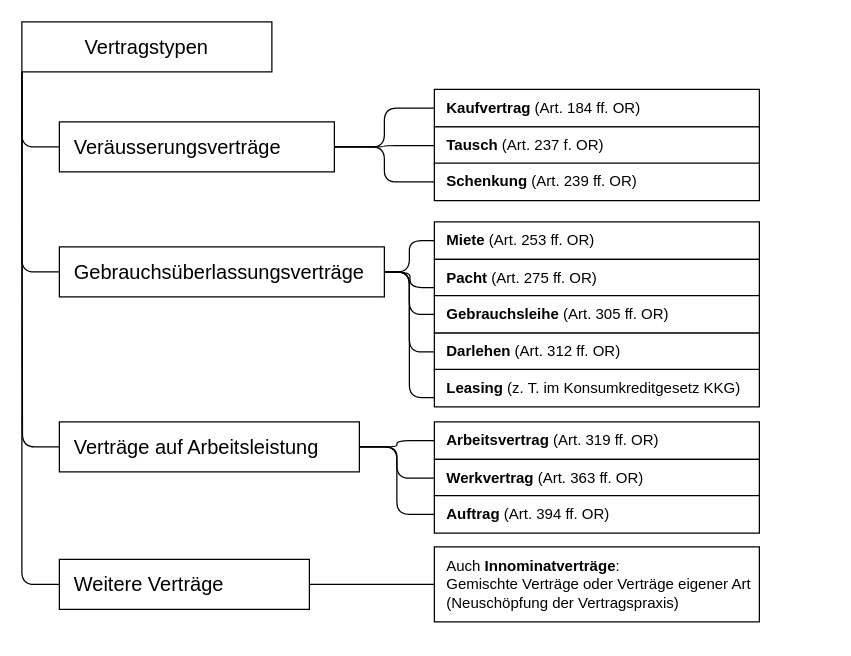
Before: BuRe2/diagrams/vertragstypen.drawio in grnin/Zusammenfassungen, a draw.io diagram. Source tidied: cells renumbered, new cells numbered last; positions are measured from the earlier drawing's top-left corner, leaving out a move shared by most shapes. Both pictures are drawn from the tidied source at 125%, with x=0, y=0 at pixel (21, 21).
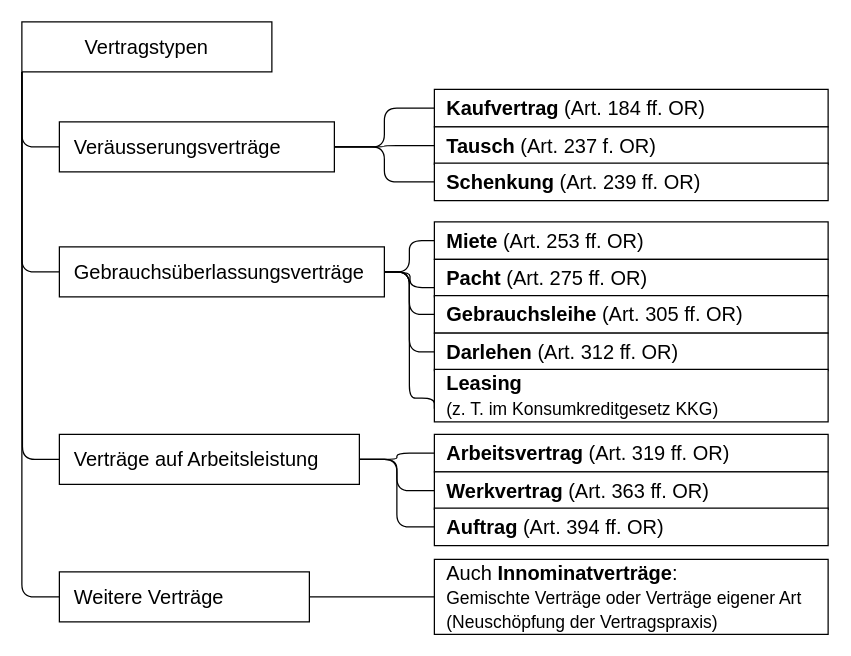
Above is the later version.

Commit message (it also covers changes not shown here):
✏️diagramm : Schrift vergrössert

The edit, as a diff of the source:
```diff
@@
     <mxCell id="2" style="group;" parent="1" vertex="1">
-      <mxGeometry width="590" height="480" as="geometry" />
+      <mxGeometry width="645" height="480" as="geometry" />
     </mxCell>
@@
     <mxCell id="13" value="Verträge auf Arbeitsleistung" style="rounded=0;whiteSpace=wrap;html=1;fontSize=16;align=left;spacingLeft=10;" parent="2" vertex="1">
-      <mxGeometry x="30" y="320" width="240" height="40" as="geometry" />
+      <mxGeometry x="30" y="330" width="240" height="40" as="geometry" />
     </mxCell>
@@
     <mxCell id="15" value="Weitere Verträge" style="rounded=0;whiteSpace=wrap;html=1;fontSize=16;align=left;spacingLeft=10;" parent="2" vertex="1">
-      <mxGeometry x="30" y="430" width="200" height="40" as="geometry" />
+      <mxGeometry x="30" y="440" width="200" height="40" as="geometry" />
     </mxCell>
-    <mxCell id="16" value="&lt;b&gt;Kaufvertrag &lt;/b&gt;(Art. 184 ff. OR)" style="rounded=0;whiteSpace=wrap;html=1;spacing=1;align=left;spacingLeft=9;" parent="2" vertex="1">
-      <mxGeometry x="330" y="54" width="260" height="30" as="geometry" />
+    <mxCell id="16" value="&lt;b&gt;Kaufvertrag &lt;/b&gt;(Art. 184 ff. OR)" style="rounded=0;whiteSpace=wrap;html=1;spacing=1;align=left;spacingLeft=9;fontSize=16;" parent="2" vertex="1">
+      <mxGeometry x="330" y="54" width="315" height="30" as="geometry" />
     </mxCell>
-    <mxCell id="17" value="&lt;b&gt;Tausch &lt;/b&gt;(Art. 237 f. OR)" style="rounded=0;whiteSpace=wrap;html=1;spacing=1;align=left;spacingLeft=9;" parent="2" vertex="1">
-      <mxGeometry x="330" y="84" width="260" height="30" as="geometry" />
+    <mxCell id="17" value="&lt;b&gt;Tausch &lt;/b&gt;(Art. 237 f. OR)" style="rounded=0;whiteSpace=wrap;html=1;spacing=1;align=left;spacingLeft=9;fontSize=16;" parent="2" vertex="1">
+      <mxGeometry x="330" y="84" width="315" height="30" as="geometry" />
     </mxCell>
-    <mxCell id="18" value="&lt;b&gt;Schenkung &lt;/b&gt;(Art. 239 ff. OR)" style="rounded=0;whiteSpace=wrap;html=1;spacing=1;align=left;spacingLeft=9;" parent="2" vertex="1">
-      <mxGeometry x="330" y="113" width="260" height="30" as="geometry" />
+    <mxCell id="18" value="&lt;b&gt;Schenkung &lt;/b&gt;(Art. 239 ff. OR)" style="rounded=0;whiteSpace=wrap;html=1;spacing=1;align=left;spacingLeft=9;fontSize=16;" parent="2" vertex="1">
+      <mxGeometry x="330" y="113" width="315" height="30" as="geometry" />
     </mxCell>
-    <mxCell id="19" value="&lt;b&gt;Miete &lt;/b&gt;(Art. 253 ff. OR)" style="rounded=0;whiteSpace=wrap;html=1;spacing=1;align=left;spacingLeft=9;" parent="2" vertex="1">
-      <mxGeometry x="330" y="160" width="260" height="30" as="geometry" />
+    <mxCell id="19" value="&lt;b&gt;Miete &lt;/b&gt;(Art. 253 ff. OR)" style="rounded=0;whiteSpace=wrap;html=1;spacing=1;align=left;spacingLeft=9;fontSize=16;" parent="2" vertex="1">
+      <mxGeometry x="330" y="160" width="315" height="30" as="geometry" />
     </mxCell>
@@
-    <mxCell id="21" value="&lt;b&gt;Pacht &lt;/b&gt;(Art. 275 ff. OR)" style="rounded=0;whiteSpace=wrap;html=1;spacing=1;align=left;spacingLeft=9;" parent="2" vertex="1">
-      <mxGeometry x="330" y="190" width="260" height="30" as="geometry" />
+    <mxCell id="21" value="&lt;b&gt;Pacht &lt;/b&gt;(Art. 275 ff. OR)" style="rounded=0;whiteSpace=wrap;html=1;spacing=1;align=left;spacingLeft=9;fontSize=16;" parent="2" vertex="1">
+      <mxGeometry x="330" y="190" width="315" height="30" as="geometry" />
     </mxCell>
@@
-    <mxCell id="23" value="&lt;b&gt;Gebrauchsleihe &lt;/b&gt;(Art. 305 ff. OR)" style="rounded=0;whiteSpace=wrap;html=1;spacing=1;align=left;spacingLeft=9;" parent="2" vertex="1">
-      <mxGeometry x="330" y="219" width="260" height="30" as="geometry" />
+    <mxCell id="23" value="&lt;b&gt;Gebrauchsleihe &lt;/b&gt;(Art. 305 ff. OR)" style="rounded=0;whiteSpace=wrap;html=1;spacing=1;align=left;spacingLeft=9;fontSize=16;" parent="2" vertex="1">
+      <mxGeometry x="330" y="219" width="315" height="30" as="geometry" />
     </mxCell>
@@
-    <mxCell id="25" value="&lt;b&gt;Arbeitsvertrag &lt;/b&gt;(Art. 319 ff. OR)" style="rounded=0;whiteSpace=wrap;html=1;spacing=1;align=left;spacingLeft=9;" parent="2" vertex="1">
-      <mxGeometry x="330" y="320" width="260" height="30" as="geometry" />
+    <mxCell id="25" value="&lt;b&gt;Arbeitsvertrag &lt;/b&gt;(Art. 319 ff. OR)" style="rounded=0;whiteSpace=wrap;html=1;spacing=1;align=left;spacingLeft=9;fontSize=16;" parent="2" vertex="1">
+      <mxGeometry x="330" y="330" width="315" height="30" as="geometry" />
     </mxCell>
-    <mxCell id="26" style="edgeStyle=elbowEdgeStyle;html=1;exitX=0;exitY=0.5;exitDx=0;exitDy=0;endArrow=none;endFill=0;align=left;" parent="2" edge="1" source="27">
-      <mxGeometry relative="1" as="geometry">
-        <mxPoint x="270" y="340" as="targetPoint" />
-      </mxGeometry>
+    <mxCell id="26" style="edgeStyle=elbowEdgeStyle;html=1;exitX=0;exitY=0.5;exitDx=0;exitDy=0;endArrow=none;endFill=0;align=left;entryX=1;entryY=0.5;entryDx=0;entryDy=0;" parent="2" edge="1" source="27" target="13">
+      <mxGeometry relative="1" as="geometry" />
     </mxCell>
-    <mxCell id="27" value="&lt;b&gt;Werkvertrag &lt;/b&gt;(Art. 363 ff. OR)" style="rounded=0;whiteSpace=wrap;html=1;spacing=1;align=left;spacingLeft=9;" parent="2" vertex="1">
-      <mxGeometry x="330" y="350" width="260" height="30" as="geometry" />
+    <mxCell id="27" value="&lt;b&gt;Werkvertrag &lt;/b&gt;(Art. 363 ff. OR)" style="rounded=0;whiteSpace=wrap;html=1;spacing=1;align=left;spacingLeft=9;fontSize=16;" parent="2" vertex="1">
+      <mxGeometry x="330" y="360" width="315" height="30" as="geometry" />
     </mxCell>
-    <mxCell id="28" style="edgeStyle=elbowEdgeStyle;html=1;exitX=0;exitY=0.5;exitDx=0;exitDy=0;endArrow=none;endFill=0;align=left;" parent="2" edge="1" source="29">
-      <mxGeometry relative="1" as="geometry">
-        <mxPoint x="270" y="340" as="targetPoint" />
-      </mxGeometry>
+    <mxCell id="28" style="edgeStyle=elbowEdgeStyle;html=1;exitX=0;exitY=0.5;exitDx=0;exitDy=0;endArrow=none;endFill=0;align=left;entryX=1;entryY=0.5;entryDx=0;entryDy=0;" parent="2" edge="1" source="29" target="13">
+      <mxGeometry relative="1" as="geometry" />
     </mxCell>
-    <mxCell id="29" value="&lt;b&gt;Auftrag &lt;/b&gt;(Art. 394 ff. OR)" style="rounded=0;whiteSpace=wrap;html=1;spacing=1;align=left;spacingLeft=9;" parent="2" vertex="1">
-      <mxGeometry x="330" y="379" width="260" height="30" as="geometry" />
+    <mxCell id="29" value="&lt;b&gt;Auftrag &lt;/b&gt;(Art. 394 ff. OR)" style="rounded=0;whiteSpace=wrap;html=1;spacing=1;align=left;spacingLeft=9;fontSize=16;" parent="2" vertex="1">
+      <mxGeometry x="330" y="389" width="315" height="30" as="geometry" />
     </mxCell>
@@
-    <mxCell id="31" value="Auch &lt;b&gt;Innominatverträge&lt;/b&gt;:&lt;div&gt;Gemischte Verträge oder Verträge eigener Art (Neuschöpfung der Vertragspraxis)&lt;/div&gt;" style="rounded=0;whiteSpace=wrap;html=1;spacing=1;align=left;spacingLeft=9;" parent="2" vertex="1">
-      <mxGeometry x="330" y="420" width="260" height="60" as="geometry" />
+    <mxCell id="31" value="Auch &lt;b&gt;Innominatverträge&lt;/b&gt;:&lt;div&gt;&lt;font style=&quot;font-size: 14px;&quot;&gt;Gemischte Verträge oder Verträge eigener Art (Neuschöpfung der Vertragspraxis)&lt;/font&gt;&lt;/div&gt;" style="rounded=0;whiteSpace=wrap;html=1;spacing=1;align=left;spacingLeft=9;fontSize=16;" parent="2" vertex="1">
+      <mxGeometry x="330" y="430" width="315" height="60" as="geometry" />
     </mxCell>
@@
-    <mxCell id="33" value="&lt;b&gt;Darlehen &lt;/b&gt;(Art. 312 ff. OR)" style="rounded=0;whiteSpace=wrap;html=1;spacing=1;align=left;spacingLeft=9;" parent="2" vertex="1">
-      <mxGeometry x="330" y="249" width="260" height="30" as="geometry" />
+    <mxCell id="33" value="&lt;b&gt;Darlehen &lt;/b&gt;(Art. 312 ff. OR)" style="rounded=0;whiteSpace=wrap;html=1;spacing=1;align=left;spacingLeft=9;fontSize=16;" parent="2" vertex="1">
+      <mxGeometry x="330" y="249" width="315" height="30" as="geometry" />
     </mxCell>
@@
-    <mxCell id="35" value="&lt;b&gt;Leasing&amp;nbsp;&lt;/b&gt;(z. T. im Konsumkreditgesetz KKG)" style="rounded=0;whiteSpace=wrap;html=1;spacing=1;align=left;spacingLeft=9;" parent="2" vertex="1">
-      <mxGeometry x="330" y="278" width="260" height="30" as="geometry" />
+    <mxCell id="35" value="&lt;b&gt;Leasing&amp;nbsp;&lt;br&gt;&lt;/b&gt;&lt;font style=&quot;font-size: 14px;&quot;&gt;(z. T. im Konsumkreditgesetz KKG)&lt;/font&gt;" style="rounded=0;whiteSpace=wrap;html=1;spacing=1;align=left;spacingLeft=9;fontSize=16;" parent="2" vertex="1">
+      <mxGeometry x="330" y="278" width="315" height="42" as="geometry" />
     </mxCell>
```
